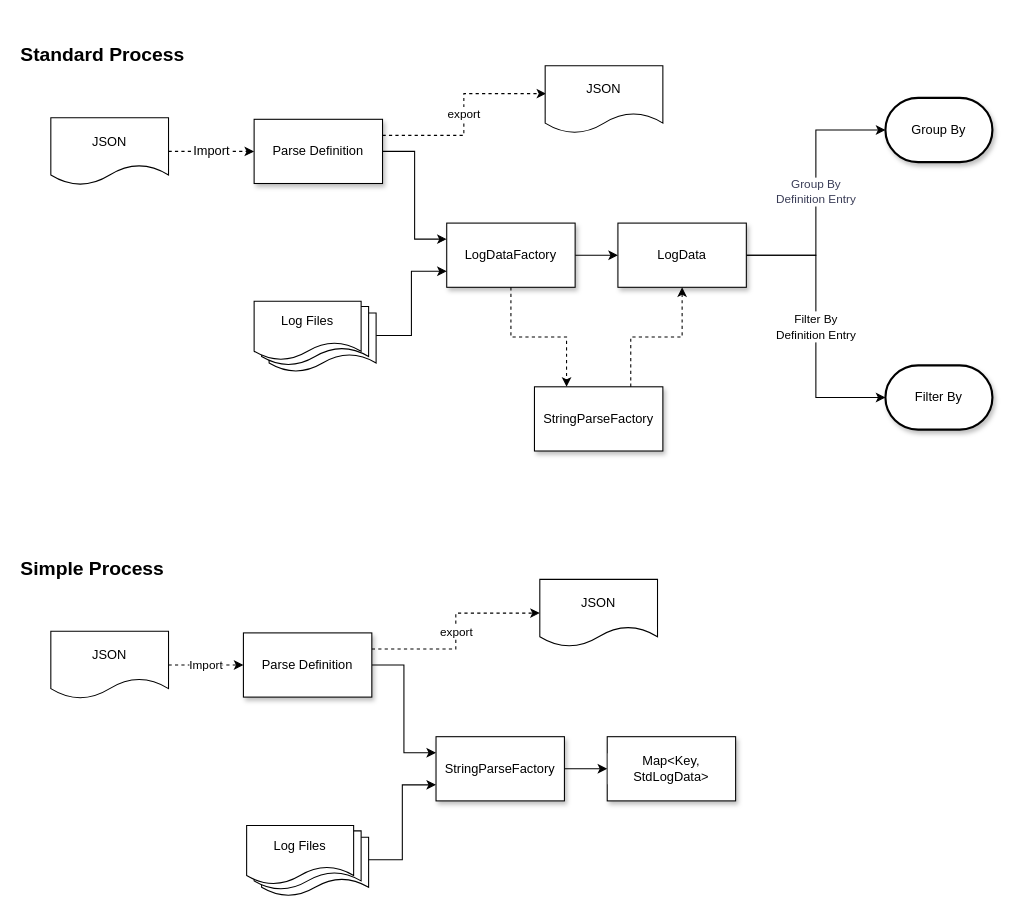
adobe/log-parser keeps this draw.io diagram as page "Processes" (2 of 3) of diagrams/Log_Parser.drawio. Above is the earlier version. Source tidied: cells renumbered, new cells numbered last; positions are measured from the earlier drawing's top-left corner, leaving out a move shared by most shapes. Both pictures are drawn from the tidied source at 107%, with x=0, y=0 at pixel (18, 44).
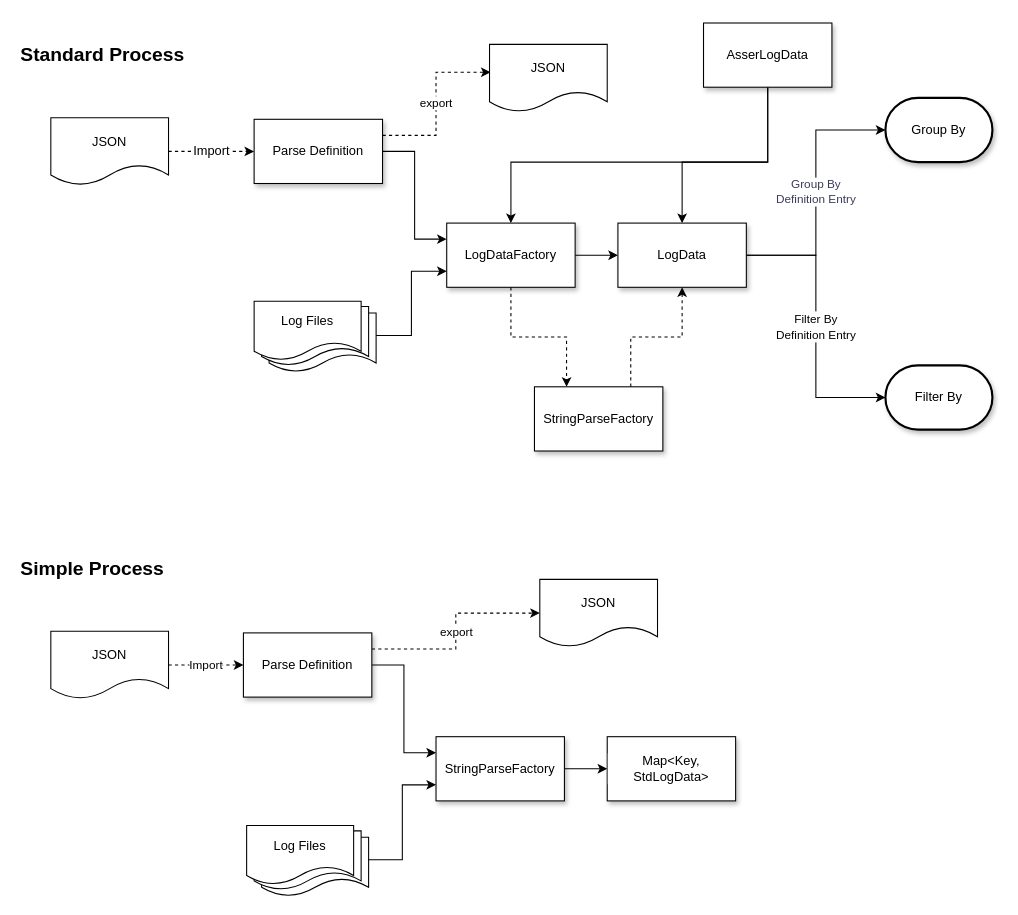
The same page after the edit.

The change refers to these unchanged cells:
```xml
<mxCell id="6" value="LogDataFactory" style="rounded=0;whiteSpace=wrap;html=1;shadow=1;labelBackgroundColor=#FFFFFF;" parent="1" vertex="1">
  <mxGeometry x="400" y="167" width="120" height="60" as="geometry" />
</mxCell>
<mxCell id="11" value="LogData" style="rounded=0;whiteSpace=wrap;html=1;shadow=1;labelBackgroundColor=#FFFFFF;" parent="1" vertex="1">
  <mxGeometry x="560" y="167" width="120" height="60" as="geometry" />
</mxCell>
```

What changed in the source:
```diff
@@
     <mxCell id="40" value="JSON" style="shape=document;whiteSpace=wrap;html=1;boundedLbl=1;labelBackgroundColor=#FFFFFF;strokeColor=#000000;fillColor=#FFFFFF;fontSize=12;align=center;" parent="1" vertex="1">
-      <mxGeometry x="492" y="20" width="110" height="63" as="geometry" />
+      <mxGeometry x="440" width="110" height="63" as="geometry" />
     </mxCell>
+    <mxCell id="41" style="edgeStyle=orthogonalEdgeStyle;rounded=0;jettySize=auto;html=1;entryX=0.5;entryY=0;entryDx=0;entryDy=0;" parent="1" edge="1" source="43" target="6">
+      <mxGeometry relative="1" as="geometry">
+        <Array as="points">
+          <mxPoint x="700" y="110" />
+          <mxPoint x="460" y="110" />
+        </Array>
+      </mxGeometry>
+    </mxCell>
+    <mxCell id="42" style="edgeStyle=orthogonalEdgeStyle;rounded=0;jettySize=auto;html=1;exitX=0.5;exitY=1;exitDx=0;exitDy=0;entryX=0.5;entryY=0;entryDx=0;entryDy=0;" parent="1" edge="1" source="43" target="11">
+      <mxGeometry relative="1" as="geometry">
+        <Array as="points">
+          <mxPoint x="700" y="110" />
+          <mxPoint x="620" y="110" />
+        </Array>
+      </mxGeometry>
+    </mxCell>
+    <mxCell id="43" value="AsserLogData" style="rounded=0;whiteSpace=wrap;html=1;shadow=1;labelBackgroundColor=#FFFFFF;" parent="1" vertex="1">
+      <mxGeometry x="640" y="-20" width="120" height="60" as="geometry" />
+    </mxCell>
```
